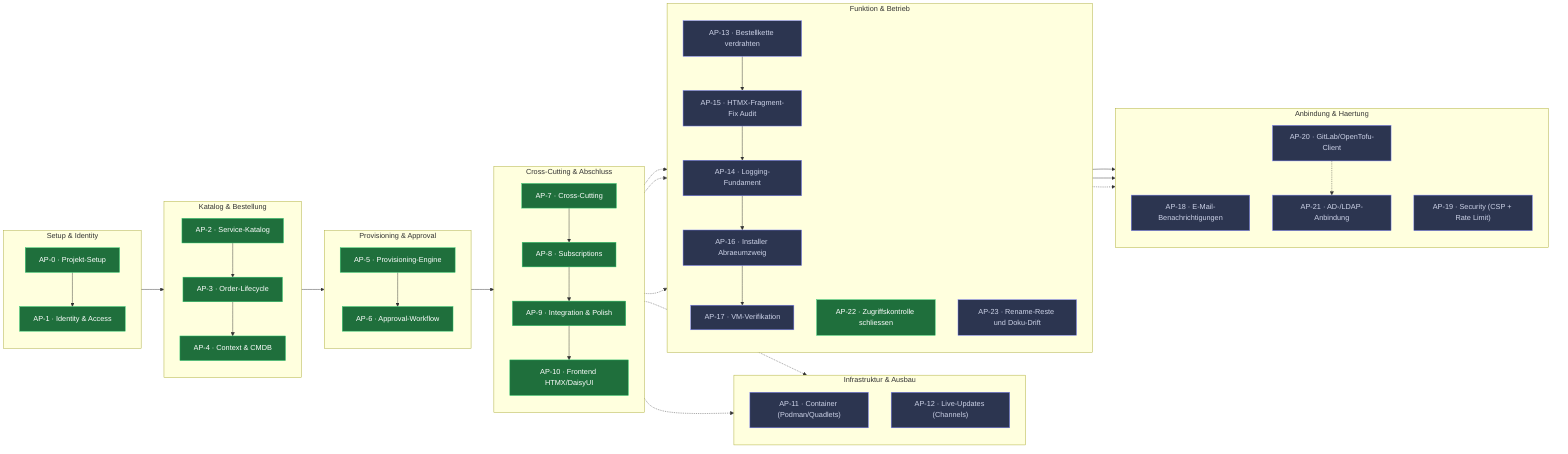
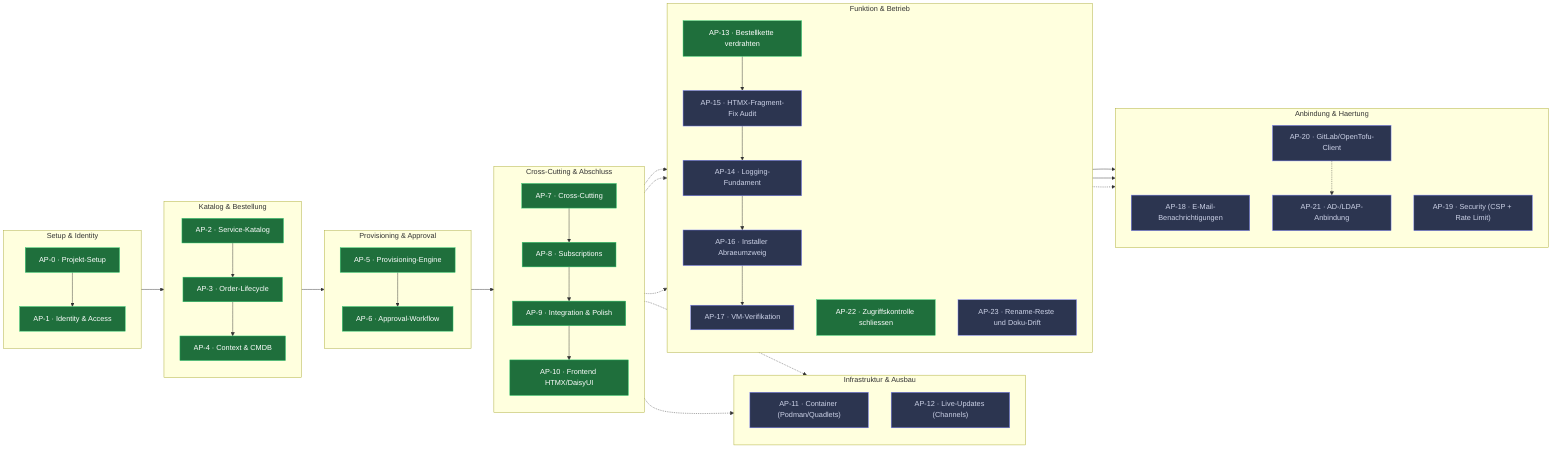
flowchart LR
    classDef done fill:#1f6f3c,stroke:#2ecc71,color:#ffffff;
    classDef wip  fill:#7a5c00,stroke:#f1c40f,color:#ffffff;
    classDef plan fill:#2c3550,stroke:#7c83ff,color:#cdd3e8;

    subgraph SETUP["Setup & Identity"]
        direction TB
        AP0["AP-0 · Projekt-Setup"]:::done
        AP1["AP-1 · Identity & Access"]:::done
    end
    subgraph CORE["Katalog & Bestellung"]
        direction TB
        AP2["AP-2 · Service-Katalog"]:::done
        AP3["AP-3 · Order-Lifecycle"]:::done
        AP4["AP-4 · Context & CMDB"]:::done
    end
    subgraph FLOW["Provisioning & Approval"]
        direction TB
        AP5["AP-5 · Provisioning-Engine"]:::done
        AP6["AP-6 · Approval-Workflow"]:::done
    end
    subgraph CROSS["Cross-Cutting & Abschluss"]
        direction TB
        AP7["AP-7 · Cross-Cutting"]:::done
        AP8["AP-8 · Subscriptions"]:::done
        AP9["AP-9 · Integration & Polish"]:::done
        AP10["AP-10 · Frontend HTMX/DaisyUI"]:::done
    end
    subgraph INFRA["Infrastruktur & Ausbau"]
        direction TB
        AP11["AP-11 · Container (Podman/Quadlets)"]:::plan
        AP12["AP-12 · Live-Updates (Channels)"]:::plan
    end
    subgraph FIX["Funktion & Betrieb"]
        direction TB
-         AP13["AP-13 · Bestellkette verdrahten"]:::plan
+         AP13["AP-13 · Bestellkette verdrahten"]:::done
        AP15["AP-15 · HTMX-Fragment-Fix Audit"]:::plan
        AP14["AP-14 · Logging-Fundament"]:::plan
        AP16["AP-16 · Installer Abraeumzweig"]:::plan
        AP17["AP-17 · VM-Verifikation"]:::plan
    end
    subgraph EXT["Anbindung & Haertung"]
        direction TB
        AP18["AP-18 · E-Mail-Benachrichtigungen"]:::plan
        AP19["AP-19 · Security (CSP + Rate Limit)"]:::plan
        AP20["AP-20 · GitLab/OpenTofu-Client"]:::plan
        AP21["AP-21 · AD-/LDAP-Anbindung"]:::plan
    end
    subgraph FIX["Korrekturen aus dem Code-Abgleich"]
        direction TB
        AP22["AP-22 · Zugriffskontrolle schliessen"]:::done
        AP23["AP-23 · Rename-Reste und Doku-Drift"]:::plan
    end

    AP0 --> AP1 --> AP2 --> AP3 --> AP4
    AP4 --> AP5 --> AP6
    AP6 --> AP7 --> AP8 --> AP9 --> AP10
    AP9 -.-> AP11
    AP10 -.-> AP12
    AP10 -.-> AP13
    AP13 --> AP15 --> AP14 --> AP16 --> AP17
    AP13 --> AP18
    AP13 --> AP20
    AP17 -.-> AP19
    AP20 -.-> AP21
    AP10 -.-> AP22
    AP10 -.-> AP23
